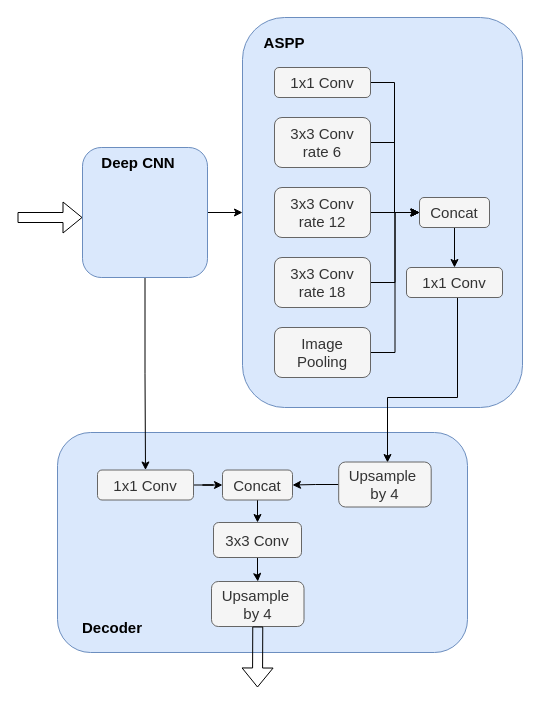
Before: DeepLab.drawio in SingerGao/Graph, a draw.io diagram. Source tidied: cells renumbered, new cells numbered last; positions are measured from the earlier drawing's top-left corner, leaving out a move shared by most shapes. Both pictures are drawn from the tidied source at 100%, with x=0, y=0 at pixel (17, 17).
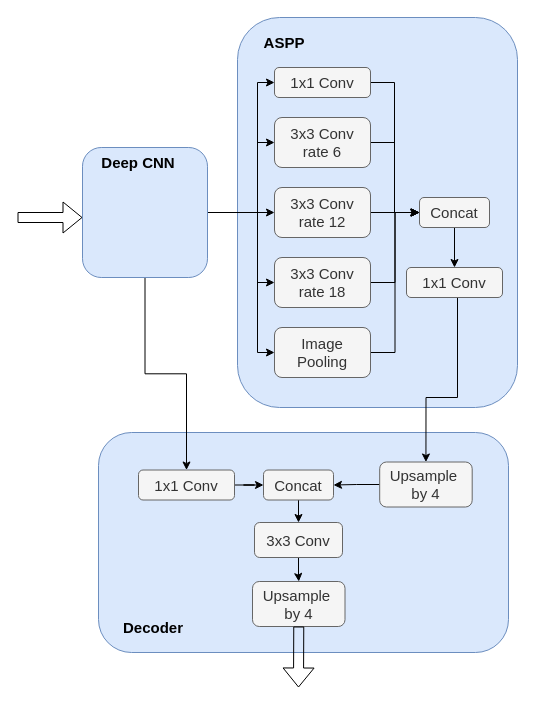
The same diagram, later.

The change refers to these unchanged cells:
```xml
<mxCell id="5" style="rounded=1;whiteSpace=wrap;html=1;fillColor=#dae8fc;strokeColor=#6c8ebf;" parent="1" vertex="1">
  <mxGeometry x="65" y="130" width="125" height="130" as="geometry" />
</mxCell>
<mxCell id="10" value="1x1 Conv" style="rounded=1;whiteSpace=wrap;html=1;fontSize=15;fillColor=#f5f5f5;strokeColor=#666666;fontColor=#333333;" parent="1" vertex="1">
  <mxGeometry x="257" y="50" width="96" height="30" as="geometry" />
</mxCell>
<mxCell id="12" value="3x3 Conv&lt;br&gt;rate 6" style="rounded=1;whiteSpace=wrap;html=1;fontSize=15;fillColor=#f5f5f5;strokeColor=#666666;fontColor=#333333;" parent="1" vertex="1">
  <mxGeometry x="257" y="100" width="96" height="50" as="geometry" />
</mxCell>
<mxCell id="14" value="3x3 Conv&lt;br&gt;rate 12" style="rounded=1;whiteSpace=wrap;html=1;fontSize=15;fillColor=#f5f5f5;strokeColor=#666666;fontColor=#333333;" parent="1" vertex="1">
  <mxGeometry x="257" y="170" width="96" height="50" as="geometry" />
</mxCell>
<mxCell id="16" value="3x3 Conv&lt;br&gt;rate 18" style="rounded=1;whiteSpace=wrap;html=1;fontSize=15;fillColor=#f5f5f5;strokeColor=#666666;fontColor=#333333;" parent="1" vertex="1">
  <mxGeometry x="257" y="240" width="96" height="50" as="geometry" />
</mxCell>
<mxCell id="18" value="Image&lt;br&gt;Pooling" style="rounded=1;whiteSpace=wrap;html=1;fontSize=15;fillColor=#f5f5f5;strokeColor=#666666;fontColor=#333333;" parent="1" vertex="1">
  <mxGeometry x="257" y="310" width="96" height="50" as="geometry" />
</mxCell>
<mxCell id="20" value="1x1 Conv" style="rounded=1;whiteSpace=wrap;html=1;fontSize=15;fillColor=#f5f5f5;strokeColor=#666666;fontColor=#333333;" parent="1" vertex="1">
  <mxGeometry x="389" y="250" width="96" height="30" as="geometry" />
</mxCell>
```

Change to the diagram source:
```diff
@@
+    <mxCell id="7" style="rounded=1;whiteSpace=wrap;html=1;fillColor=#dae8fc;strokeColor=#6c8ebf;" parent="1" vertex="1">
+      <mxGeometry x="220" width="280" height="390" as="geometry" />
+    </mxCell>
     <mxCell id="2" style="rounded=1;whiteSpace=wrap;html=1;fillColor=#dae8fc;strokeColor=#6c8ebf;" parent="1" vertex="1">
-      <mxGeometry x="40" y="415" width="410" height="220" as="geometry" />
+      <mxGeometry x="81" y="415" width="410" height="220" as="geometry" />
     </mxCell>
-    <mxCell id="3" style="edgeStyle=orthogonalEdgeStyle;rounded=0;jettySize=auto;html=1;exitX=1;exitY=0.5;exitDx=0;exitDy=0;fontSize=15;" parent="1" edge="1" source="5" target="7">
-      <mxGeometry relative="1" as="geometry" />
+    <mxCell id="3" style="edgeStyle=orthogonalEdgeStyle;rounded=0;jettySize=auto;html=1;exitX=1;exitY=0.5;exitDx=0;exitDy=0;fontSize=15;entryX=0;entryY=0.5;entryDx=0;entryDy=0;" parent="1" edge="1" source="5" target="10">
+      <mxGeometry relative="1" as="geometry">
+        <Array as="points">
+          <mxPoint x="240" y="195" />
+          <mxPoint x="240" y="65" />
+        </Array>
+      </mxGeometry>
     </mxCell>
@@
+    <mxCell id="35" style="edgeStyle=orthogonalEdgeStyle;rounded=0;jettySize=auto;html=1;exitX=1;exitY=0.5;exitDx=0;exitDy=0;fontSize=15;" parent="1" edge="1" source="5" target="12">
+      <mxGeometry relative="1" as="geometry">
+        <Array as="points">
+          <mxPoint x="240" y="195" />
+          <mxPoint x="240" y="125" />
+        </Array>
+      </mxGeometry>
+    </mxCell>
+    <mxCell id="36" style="edgeStyle=orthogonalEdgeStyle;rounded=0;jettySize=auto;html=1;exitX=1;exitY=0.5;exitDx=0;exitDy=0;fontSize=15;" parent="1" edge="1" source="5" target="14">
+      <mxGeometry relative="1" as="geometry" />
+    </mxCell>
+    <mxCell id="37" style="edgeStyle=orthogonalEdgeStyle;rounded=0;jettySize=auto;html=1;exitX=1;exitY=0.5;exitDx=0;exitDy=0;entryX=0;entryY=0.5;entryDx=0;entryDy=0;fontSize=15;" parent="1" edge="1" source="5" target="16">
+      <mxGeometry relative="1" as="geometry">
+        <Array as="points">
+          <mxPoint x="240" y="195" />
+          <mxPoint x="240" y="265" />
+        </Array>
+      </mxGeometry>
+    </mxCell>
+    <mxCell id="38" style="edgeStyle=orthogonalEdgeStyle;rounded=0;jettySize=auto;html=1;exitX=1;exitY=0.5;exitDx=0;exitDy=0;entryX=0;entryY=0.5;entryDx=0;entryDy=0;fontSize=15;" parent="1" edge="1" source="5" target="18">
+      <mxGeometry relative="1" as="geometry">
+        <Array as="points">
+          <mxPoint x="240" y="195" />
+          <mxPoint x="240" y="335" />
+        </Array>
+      </mxGeometry>
+    </mxCell>
@@
-    <mxCell id="7" style="rounded=1;whiteSpace=wrap;html=1;fillColor=#dae8fc;strokeColor=#6c8ebf;" parent="1" vertex="1">
-      <mxGeometry x="225" width="280" height="390" as="geometry" />
-    </mxCell>
@@
-    <mxCell id="19" style="edgeStyle=orthogonalEdgeStyle;rounded=0;jettySize=auto;html=1;exitX=0.5;exitY=1;exitDx=0;exitDy=0;fontSize=15;" parent="1" edge="1" source="20">
+    <mxCell id="19" style="edgeStyle=orthogonalEdgeStyle;rounded=0;jettySize=auto;html=1;exitX=0.5;exitY=1;exitDx=0;exitDy=0;fontSize=15;entryX=0.5;entryY=0;entryDx=0;entryDy=0;" parent="1" edge="1" source="20" target="30">
       <mxGeometry relative="1" as="geometry">
-        <mxPoint x="370" y="445" as="targetPoint" />
         <Array as="points">
           <mxPoint x="440" y="280" />
           <mxPoint x="440" y="380" />
-          <mxPoint x="370" y="380" />
+          <mxPoint x="409" y="380" />
         </Array>
       </mxGeometry>
     </mxCell>
@@
     <mxCell id="24" value="1x1 Conv" style="rounded=1;whiteSpace=wrap;html=1;fontSize=15;fillColor=#f5f5f5;strokeColor=#666666;fontColor=#333333;" parent="1" vertex="1">
-      <mxGeometry x="80" y="452.5" width="96" height="30" as="geometry" />
+      <mxGeometry x="121" y="452.5" width="96" height="30" as="geometry" />
     </mxCell>
@@
     <mxCell id="26" value="Concat" style="rounded=1;whiteSpace=wrap;html=1;fontSize=15;fillColor=#f5f5f5;strokeColor=#666666;fontColor=#333333;" parent="1" vertex="1">
-      <mxGeometry x="205" y="452.5" width="70" height="30" as="geometry" />
+      <mxGeometry x="246" y="452.5" width="70" height="30" as="geometry" />
     </mxCell>
@@
     <mxCell id="28" value="3x3 Conv" style="rounded=1;whiteSpace=wrap;html=1;fontSize=15;fillColor=#f5f5f5;strokeColor=#666666;fontColor=#333333;" parent="1" vertex="1">
-      <mxGeometry x="196" y="505" width="88" height="35" as="geometry" />
+      <mxGeometry x="237" y="505" width="88" height="35" as="geometry" />
     </mxCell>
@@
     <mxCell id="30" value="Upsample&amp;nbsp;&lt;br&gt;by 4" style="rounded=1;whiteSpace=wrap;html=1;fontSize=15;fillColor=#f5f5f5;strokeColor=#666666;fontColor=#333333;" parent="1" vertex="1">
-      <mxGeometry x="321.2" y="444.5" width="92.5" height="45" as="geometry" />
+      <mxGeometry x="362.2" y="444.5" width="92.5" height="45" as="geometry" />
     </mxCell>
     <mxCell id="31" value="Upsample&amp;nbsp;&lt;br&gt;by 4" style="rounded=1;whiteSpace=wrap;html=1;fontSize=15;fillColor=#f5f5f5;strokeColor=#666666;fontColor=#333333;" parent="1" vertex="1">
-      <mxGeometry x="194" y="564" width="92.5" height="45" as="geometry" />
+      <mxGeometry x="235" y="564" width="92.5" height="45" as="geometry" />
     </mxCell>
@@
     <mxCell id="33" style="shape=flexArrow;endArrow=classic;html=1;fontSize=15;exitX=0.5;exitY=1;exitDx=0;exitDy=0;" parent="1" edge="1" source="31">
       <mxGeometry relative="1" as="geometry">
-        <mxPoint x="240" y="670" as="targetPoint" />
+        <mxPoint x="281" y="670" as="targetPoint" />
       </mxGeometry>
     </mxCell>
     <mxCell id="34" value="Decoder" style="text;html=1;strokeColor=none;fillColor=none;align=center;verticalAlign=middle;whiteSpace=wrap;rounded=0;fontSize=15;fontStyle=1;" parent="1" vertex="1">
-      <mxGeometry x="55" y="595" width="80" height="30" as="geometry" />
+      <mxGeometry x="96" y="595" width="80" height="30" as="geometry" />
     </mxCell>
```
